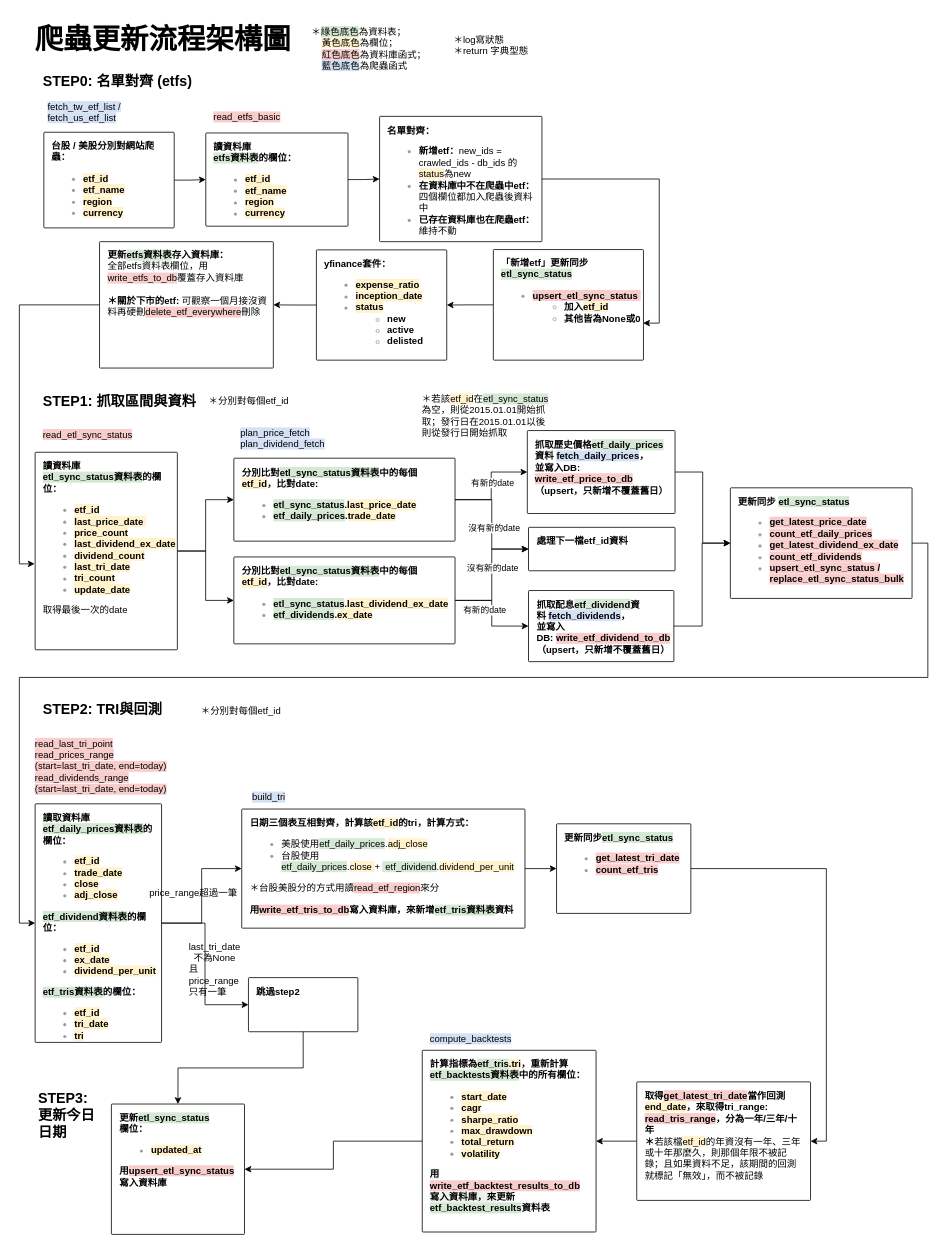
tibame05/Architecture_Diagram keeps this draw.io diagram as v4/refactor_flow_chart_crawler.drawio. Above is the earlier version. Source tidied: cells renumbered, new cells numbered last; positions are measured from the earlier drawing's top-left corner, leaving out a move shared by most shapes. Both pictures are drawn from the tidied source at 79%, with x=0, y=0 at pixel (19, 13).
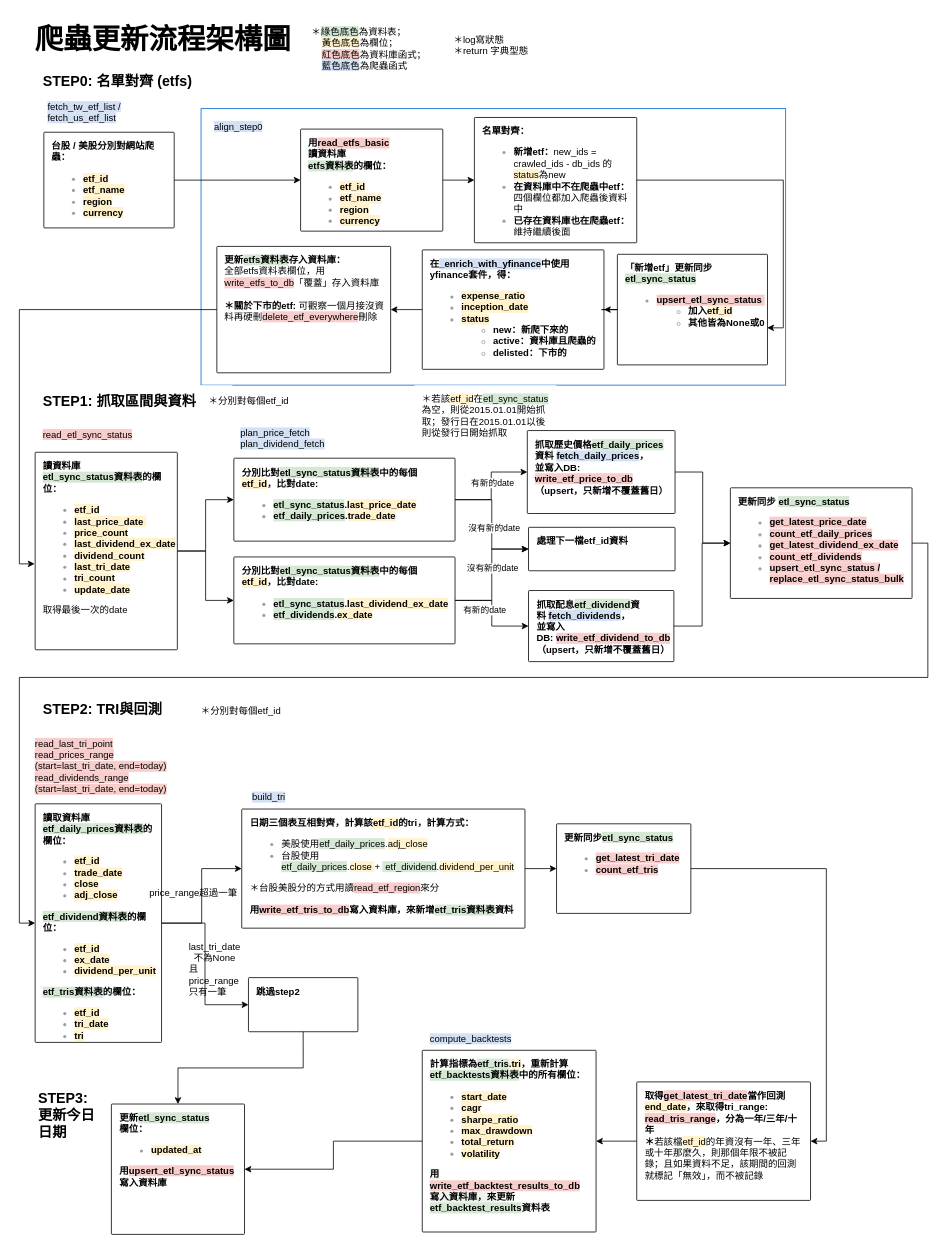
After the change.

The edit, as a diff of the source:
```diff
@@
+    <mxCell id="67" style="group;" parent="1" vertex="1">
+      <mxGeometry x="230" y="120" width="740" height="350" as="geometry" />
+    </mxCell>
+    <mxCell id="68" style="rounded=0;whiteSpace=wrap;html=1;fillColor=none;strokeColor=#0066CC;" parent="67" vertex="1">
+      <mxGeometry width="740" height="350" as="geometry" />
+    </mxCell>
+    <mxCell id="69" value="&lt;div&gt;&lt;font color=&quot;#000000&quot;&gt;&lt;span style=&quot;background-color: rgb(212, 225, 245);&quot;&gt;align_step0&lt;/span&gt;&lt;/font&gt;&lt;/div&gt;" style="sketch=0;rounded=1;absoluteArcSize=1;arcSize=2;html=1;strokeColor=none;gradientColor=none;shadow=0;dashed=0;fontSize=12;fontColor=#9E9E9E;align=left;verticalAlign=top;spacing=10;spacingTop=-4;whiteSpace=wrap;" parent="67" vertex="1">
+      <mxGeometry x="7" y="4.8" width="106" height="39.5" as="geometry" />
+    </mxCell>
+    <mxCell id="30" value="&lt;div&gt;&lt;b style=&quot;background-color: initial;&quot;&gt;&lt;font color=&quot;#000000&quot;&gt;更新&lt;span style=&quot;background-color: rgb(213, 232, 212);&quot;&gt;etfs資料表&lt;/span&gt;&lt;/font&gt;&lt;/b&gt;&lt;font color=&quot;#000000&quot;&gt;&lt;b&gt;存入資料庫：&lt;/b&gt;&lt;/font&gt;&lt;/div&gt;&lt;div&gt;&lt;span style=&quot;color: rgb(0, 0, 0); background-color: initial;&quot;&gt;全部etfs資料表欄位，用&lt;/span&gt;&lt;span style=&quot;color: rgb(0, 0, 0); background-color: rgb(248, 206, 204);&quot;&gt;write_etfs_to_db&lt;/span&gt;&lt;span style=&quot;color: rgb(0, 0, 0);&quot;&gt;「&lt;/span&gt;&lt;span style=&quot;color: rgb(0, 0, 0);&quot;&gt;覆蓋」&lt;/span&gt;&lt;span style=&quot;color: rgb(0, 0, 0); background-color: initial;&quot;&gt;存入資料庫&lt;/span&gt;&lt;/div&gt;&lt;div&gt;&lt;br&gt;&lt;/div&gt;&lt;div&gt;&lt;b style=&quot;background-color: initial; color: rgb(0, 0, 0);&quot;&gt;＊關於下市的etf:&amp;nbsp;&lt;/b&gt;&lt;span style=&quot;background-color: initial; color: rgb(0, 0, 0);&quot;&gt;可觀察一個月接沒資料再硬刪&lt;span style=&quot;background-color: rgb(248, 206, 204);&quot;&gt;delete_etf_everywhere&lt;/span&gt;刪除&lt;/span&gt;&lt;/div&gt;" style="sketch=0;points=[[0,0,0],[0.25,0,0],[0.5,0,0],[0.75,0,0],[1,0,0],[1,0.25,0],[1,0.5,0],[1,0.75,0],[1,1,0],[0.75,1,0],[0.5,1,0],[0.25,1,0],[0,1,0],[0,0.75,0],[0,0.5,0],[0,0.25,0]];rounded=1;absoluteArcSize=1;arcSize=2;html=1;strokeColor=#000000;gradientColor=none;shadow=0;dashed=0;fontSize=12;fontColor=#9E9E9E;align=left;verticalAlign=top;spacing=10;spacingTop=-4;whiteSpace=wrap;" parent="67" vertex="1">
+      <mxGeometry x="20" y="174.4" width="220" height="160" as="geometry" />
+    </mxCell>
@@
-    <mxCell id="15" value="&lt;div&gt;&lt;font color=&quot;#000000&quot;&gt;&lt;b style=&quot;&quot;&gt;讀資料庫&lt;/b&gt;&lt;/font&gt;&lt;/div&gt;&lt;div&gt;&lt;b&gt;&lt;font color=&quot;#000000&quot;&gt;&lt;span style=&quot;background-color: rgb(213, 232, 212);&quot;&gt;etfs資料表&lt;/span&gt;的欄位：&lt;/font&gt;&lt;/b&gt;&lt;/div&gt;&lt;div&gt;&lt;ul&gt;&lt;li&gt;&lt;b&gt;&lt;font style=&quot;background-color: rgb(255, 242, 204);&quot; color=&quot;#000000&quot;&gt;etf_id&lt;/font&gt;&lt;/b&gt;&lt;/li&gt;&lt;li&gt;&lt;font color=&quot;#000000&quot;&gt;&lt;b style=&quot;background-color: rgb(255, 242, 204);&quot;&gt;etf_name&lt;/b&gt;&lt;/font&gt;&lt;/li&gt;&lt;li&gt;&lt;font color=&quot;#000000&quot;&gt;&lt;span style=&quot;background-color: rgb(255, 242, 204);&quot;&gt;&lt;b&gt;region&lt;/b&gt;&lt;/span&gt;&lt;/font&gt;&lt;/li&gt;&lt;li&gt;&lt;font color=&quot;#000000&quot;&gt;&lt;span style=&quot;background-color: rgb(255, 242, 204);&quot;&gt;&lt;b&gt;currency&lt;/b&gt;&lt;/span&gt;&lt;/font&gt;&lt;/li&gt;&lt;div&gt;&lt;/div&gt;&lt;/ul&gt;&lt;/div&gt;" style="sketch=0;points=[[0,0,0],[0.25,0,0],[0.5,0,0],[0.75,0,0],[1,0,0],[1,0.25,0],[1,0.5,0],[1,0.75,0],[1,1,0],[0.75,1,0],[0.5,1,0],[0.25,1,0],[0,1,0],[0,0.75,0],[0,0.5,0],[0,0.25,0]];rounded=1;absoluteArcSize=1;arcSize=2;html=1;strokeColor=#000000;gradientColor=none;shadow=0;dashed=0;fontSize=12;fontColor=#9E9E9E;align=left;verticalAlign=top;spacing=10;spacingTop=-4;whiteSpace=wrap;" parent="1" vertex="1">
-      <mxGeometry x="236" y="150.8" width="180" height="118" as="geometry" />
+    <mxCell id="15" value="&lt;div&gt;&lt;b&gt;&lt;font color=&quot;#000000&quot;&gt;用&lt;/font&gt;&lt;span style=&quot;color: rgb(0, 0, 0); background-color: rgb(248, 206, 204);&quot;&gt;read_etfs_basic&lt;/span&gt;&lt;/b&gt;&lt;/div&gt;&lt;div&gt;&lt;font color=&quot;#000000&quot;&gt;&lt;b style=&quot;&quot;&gt;讀資料庫&lt;/b&gt;&lt;/font&gt;&lt;/div&gt;&lt;div&gt;&lt;b&gt;&lt;font color=&quot;#000000&quot;&gt;&lt;span style=&quot;background-color: rgb(213, 232, 212);&quot;&gt;etfs資料表&lt;/span&gt;的欄位：&lt;/font&gt;&lt;/b&gt;&lt;/div&gt;&lt;div&gt;&lt;ul&gt;&lt;li&gt;&lt;b&gt;&lt;font style=&quot;background-color: rgb(255, 242, 204);&quot; color=&quot;#000000&quot;&gt;etf_id&lt;/font&gt;&lt;/b&gt;&lt;/li&gt;&lt;li&gt;&lt;font color=&quot;#000000&quot;&gt;&lt;b style=&quot;background-color: rgb(255, 242, 204);&quot;&gt;etf_name&lt;/b&gt;&lt;/font&gt;&lt;/li&gt;&lt;li&gt;&lt;font color=&quot;#000000&quot;&gt;&lt;span style=&quot;background-color: rgb(255, 242, 204);&quot;&gt;&lt;b&gt;region&lt;/b&gt;&lt;/span&gt;&lt;/font&gt;&lt;/li&gt;&lt;li&gt;&lt;font color=&quot;#000000&quot;&gt;&lt;span style=&quot;background-color: rgb(255, 242, 204);&quot;&gt;&lt;b&gt;currency&lt;/b&gt;&lt;/span&gt;&lt;/font&gt;&lt;/li&gt;&lt;div&gt;&lt;/div&gt;&lt;/ul&gt;&lt;/div&gt;" style="sketch=0;points=[[0,0,0],[0.25,0,0],[0.5,0,0],[0.75,0,0],[1,0,0],[1,0.25,0],[1,0.5,0],[1,0.75,0],[1,1,0],[0.75,1,0],[0.5,1,0],[0.25,1,0],[0,1,0],[0,0.75,0],[0,0.5,0],[0,0.25,0]];rounded=1;absoluteArcSize=1;arcSize=2;html=1;strokeColor=#000000;gradientColor=none;shadow=0;dashed=0;fontSize=12;fontColor=#9E9E9E;align=left;verticalAlign=top;spacing=10;spacingTop=-4;whiteSpace=wrap;" parent="1" vertex="1">
+      <mxGeometry x="356" y="145.9" width="180" height="129.2" as="geometry" />
     </mxCell>
@@
-    <mxCell id="28" value="&lt;div&gt;&lt;span style=&quot;background-color: rgb(248, 206, 204);&quot;&gt;&lt;font color=&quot;#000000&quot;&gt;read_etfs_basic&lt;br&gt;&lt;/font&gt;&lt;/span&gt;&lt;div&gt;&lt;font style=&quot;background-color: rgb(248, 206, 204);&quot; color=&quot;#000000&quot;&gt;&lt;br&gt;&lt;/font&gt;&lt;/div&gt;&lt;/div&gt;" style="sketch=0;rounded=1;absoluteArcSize=1;arcSize=2;html=1;strokeColor=none;gradientColor=none;shadow=0;dashed=0;fontSize=12;fontColor=#9E9E9E;align=left;verticalAlign=top;spacing=10;spacingTop=-4;whiteSpace=wrap;" parent="1" vertex="1">
-      <mxGeometry x="236" y="113.3" width="140" height="35" as="geometry" />
-    </mxCell>
@@
-    <mxCell id="30" value="&lt;div&gt;&lt;b style=&quot;background-color: initial;&quot;&gt;&lt;font color=&quot;#000000&quot;&gt;更新&lt;span style=&quot;background-color: rgb(213, 232, 212);&quot;&gt;etfs資料表&lt;/span&gt;&lt;/font&gt;&lt;/b&gt;&lt;font color=&quot;#000000&quot;&gt;&lt;b&gt;存入資料庫：&lt;/b&gt;&lt;/font&gt;&lt;/div&gt;&lt;div&gt;&lt;span style=&quot;color: rgb(0, 0, 0); background-color: initial;&quot;&gt;全部etfs資料表欄位，用&lt;/span&gt;&lt;span style=&quot;color: rgb(0, 0, 0); background-color: rgb(248, 206, 204);&quot;&gt;write_etfs_to_db&lt;/span&gt;&lt;span style=&quot;color: rgb(0, 0, 0);&quot;&gt;覆蓋&lt;/span&gt;&lt;span style=&quot;color: rgb(0, 0, 0); background-color: initial;&quot;&gt;存入資料庫&lt;/span&gt;&lt;/div&gt;&lt;div&gt;&lt;br&gt;&lt;/div&gt;&lt;div&gt;&lt;b style=&quot;background-color: initial; color: rgb(0, 0, 0);&quot;&gt;＊關於下市的etf:&amp;nbsp;&lt;/b&gt;&lt;span style=&quot;background-color: initial; color: rgb(0, 0, 0);&quot;&gt;可觀察一個月接沒資料再硬刪&lt;span style=&quot;background-color: rgb(248, 206, 204);&quot;&gt;delete_etf_everywhere&lt;/span&gt;刪除&lt;/span&gt;&lt;/div&gt;" style="sketch=0;points=[[0,0,0],[0.25,0,0],[0.5,0,0],[0.75,0,0],[1,0,0],[1,0.25,0],[1,0.5,0],[1,0.75,0],[1,1,0],[0.75,1,0],[0.5,1,0],[0.25,1,0],[0,1,0],[0,0.75,0],[0,0.5,0],[0,0.25,0]];rounded=1;absoluteArcSize=1;arcSize=2;html=1;strokeColor=#000000;gradientColor=none;shadow=0;dashed=0;fontSize=12;fontColor=#9E9E9E;align=left;verticalAlign=top;spacing=10;spacingTop=-4;whiteSpace=wrap;" parent="1" vertex="1">
-      <mxGeometry x="101.5" y="288.4" width="220" height="160" as="geometry" />
-    </mxCell>
@@
-    <mxCell id="51" value="&lt;div&gt;&lt;font color=&quot;#000000&quot;&gt;&lt;b&gt;名單對齊：&lt;/b&gt;&lt;/font&gt;&lt;/div&gt;&lt;div&gt;&lt;ul&gt;&lt;li&gt;&lt;font color=&quot;#000000&quot;&gt;&lt;b style=&quot;font-weight: bold;&quot;&gt;新增etf：&lt;/b&gt;new_ids = crawled_ids - db_ids 的&lt;span style=&quot;background-color: rgb(255, 242, 204);&quot;&gt;status&lt;/span&gt;為new&lt;/font&gt;&lt;/li&gt;&lt;li&gt;&lt;font color=&quot;#000000&quot;&gt;&lt;b&gt;在資料庫中不在爬蟲中etf：&lt;/b&gt;四個欄位都加入爬蟲後資料中&lt;/font&gt;&lt;/li&gt;&lt;li&gt;&lt;font color=&quot;#000000&quot;&gt;&lt;b&gt;已存在資料庫也在爬蟲etf：&lt;/b&gt;維持不動&lt;/font&gt;&lt;/li&gt;&lt;/ul&gt;&lt;/div&gt;" style="sketch=0;points=[[0,0,0],[0.25,0,0],[0.5,0,0],[0.75,0,0],[1,0,0],[1,0.25,0],[1,0.5,0],[1,0.75,0],[1,1,0],[0.75,1,0],[0.5,1,0],[0.25,1,0],[0,1,0],[0,0.75,0],[0,0.5,0],[0,0.25,0]];rounded=1;absoluteArcSize=1;arcSize=2;html=1;strokeColor=#000000;gradientColor=none;shadow=0;dashed=0;fontSize=12;fontColor=#9E9E9E;align=left;verticalAlign=top;spacing=10;spacingTop=-4;whiteSpace=wrap;" parent="1" vertex="1">
-      <mxGeometry x="456" y="129.8" width="205.5" height="158.6" as="geometry" />
+    <mxCell id="51" value="&lt;div&gt;&lt;font color=&quot;#000000&quot;&gt;&lt;b&gt;名單對齊：&lt;/b&gt;&lt;/font&gt;&lt;/div&gt;&lt;div&gt;&lt;ul&gt;&lt;li&gt;&lt;font color=&quot;#000000&quot;&gt;&lt;b style=&quot;font-weight: bold;&quot;&gt;新增etf：&lt;/b&gt;new_ids = crawled_ids - db_ids 的&lt;span style=&quot;background-color: rgb(255, 242, 204);&quot;&gt;status&lt;/span&gt;為new&lt;/font&gt;&lt;/li&gt;&lt;li&gt;&lt;font color=&quot;#000000&quot;&gt;&lt;b&gt;在資料庫中不在爬蟲中etf：&lt;/b&gt;四個欄位都加入爬蟲後資料中&lt;/font&gt;&lt;/li&gt;&lt;li&gt;&lt;font color=&quot;#000000&quot;&gt;&lt;b&gt;已存在資料庫也在爬蟲etf：&lt;/b&gt;維持繼續後面&lt;/font&gt;&lt;/li&gt;&lt;/ul&gt;&lt;/div&gt;" style="sketch=0;points=[[0,0,0],[0.25,0,0],[0.5,0,0],[0.75,0,0],[1,0,0],[1,0.25,0],[1,0.5,0],[1,0.75,0],[1,1,0],[0.75,1,0],[0.5,1,0],[0.25,1,0],[0,1,0],[0,0.75,0],[0,0.5,0],[0,0.25,0]];rounded=1;absoluteArcSize=1;arcSize=2;html=1;strokeColor=#000000;gradientColor=none;shadow=0;dashed=0;fontSize=12;fontColor=#9E9E9E;align=left;verticalAlign=top;spacing=10;spacingTop=-4;whiteSpace=wrap;" parent="1" vertex="1">
+      <mxGeometry x="576" y="131.2" width="205.5" height="158.6" as="geometry" />
     </mxCell>
@@
-    <mxCell id="53" value="&lt;div&gt;&lt;b style=&quot;color: rgb(0, 0, 0); background-color: initial;&quot;&gt;yfinance套件：&lt;/b&gt;&lt;br&gt;&lt;/div&gt;&lt;div&gt;&lt;ul&gt;&lt;li&gt;&lt;b style=&quot;color: rgb(0, 0, 0); background-color: rgb(255, 242, 204);&quot;&gt;expense_ratio&lt;/b&gt;&lt;br&gt;&lt;/li&gt;&lt;li&gt;&lt;font color=&quot;#000000&quot;&gt;&lt;b style=&quot;background-color: rgb(255, 242, 204);&quot;&gt;inception_date&lt;/b&gt;&lt;/font&gt;&lt;/li&gt;&lt;li&gt;&lt;font color=&quot;#000000&quot;&gt;&lt;strong style=&quot;background-color: rgb(255, 242, 204);&quot;&gt;status&lt;/strong&gt;&lt;/font&gt;&lt;ul&gt;&lt;li&gt;&lt;font color=&quot;#000000&quot;&gt;&lt;b&gt;new&lt;/b&gt;&lt;/font&gt;&lt;/li&gt;&lt;li&gt;&lt;strong&gt;&lt;font color=&quot;#000000&quot;&gt;active&lt;/font&gt;&lt;/strong&gt;&lt;/li&gt;&lt;li&gt;&lt;strong&gt;&lt;font color=&quot;#000000&quot;&gt;delisted&lt;/font&gt;&lt;/strong&gt;&lt;/li&gt;&lt;/ul&gt;&lt;/li&gt;&lt;/ul&gt;&lt;/div&gt;" style="sketch=0;points=[[0,0,0],[0.25,0,0],[0.5,0,0],[0.75,0,0],[1,0,0],[1,0.25,0],[1,0.5,0],[1,0.75,0],[1,1,0],[0.75,1,0],[0.5,1,0],[0.25,1,0],[0,1,0],[0,0.75,0],[0,0.5,0],[0,0.25,0]];rounded=1;absoluteArcSize=1;arcSize=2;html=1;strokeColor=#000000;gradientColor=none;shadow=0;dashed=0;fontSize=12;fontColor=#9E9E9E;align=left;verticalAlign=top;spacing=10;spacingTop=-4;whiteSpace=wrap;" parent="1" vertex="1">
-      <mxGeometry x="376" y="298.8" width="165" height="139.6" as="geometry" />
+    <mxCell id="53" value="&lt;div&gt;&lt;font style=&quot;&quot; color=&quot;#000000&quot;&gt;&lt;b style=&quot;&quot;&gt;在&lt;/b&gt;&lt;b style=&quot;background-color: rgb(212, 225, 245);&quot;&gt;_enrich_with_yfinance&lt;/b&gt;&lt;/font&gt;&lt;b style=&quot;background-color: initial; color: rgb(0, 0, 0);&quot;&gt;中使用yfinance套件，得：&lt;/b&gt;&lt;/div&gt;&lt;div&gt;&lt;ul&gt;&lt;li&gt;&lt;b style=&quot;color: rgb(0, 0, 0); background-color: rgb(255, 242, 204);&quot;&gt;expense_ratio&lt;/b&gt;&lt;br&gt;&lt;/li&gt;&lt;li&gt;&lt;font color=&quot;#000000&quot;&gt;&lt;b style=&quot;background-color: rgb(255, 242, 204);&quot;&gt;inception_date&lt;/b&gt;&lt;/font&gt;&lt;/li&gt;&lt;li&gt;&lt;font color=&quot;#000000&quot;&gt;&lt;strong style=&quot;background-color: rgb(255, 242, 204);&quot;&gt;status&lt;/strong&gt;&lt;/font&gt;&lt;ul&gt;&lt;li&gt;&lt;font color=&quot;#000000&quot;&gt;&lt;b&gt;new：新爬下來的&lt;/b&gt;&lt;/font&gt;&lt;/li&gt;&lt;li&gt;&lt;strong&gt;&lt;font color=&quot;#000000&quot;&gt;active：資料庫且爬蟲的&lt;/font&gt;&lt;/strong&gt;&lt;/li&gt;&lt;li&gt;&lt;strong&gt;&lt;font color=&quot;#000000&quot;&gt;delisted：下市的&lt;/font&gt;&lt;/strong&gt;&lt;/li&gt;&lt;/ul&gt;&lt;/li&gt;&lt;/ul&gt;&lt;/div&gt;" style="sketch=0;points=[[0,0,0],[0.25,0,0],[0.5,0,0],[0.75,0,0],[1,0,0],[1,0.25,0],[1,0.5,0],[1,0.75,0],[1,1,0],[0.75,1,0],[0.5,1,0],[0.25,1,0],[0,1,0],[0,0.75,0],[0,0.5,0],[0,0.25,0]];rounded=1;absoluteArcSize=1;arcSize=2;html=1;strokeColor=#000000;gradientColor=none;shadow=0;dashed=0;fontSize=12;fontColor=#9E9E9E;align=left;verticalAlign=top;spacing=10;spacingTop=-4;whiteSpace=wrap;" parent="1" vertex="1">
+      <mxGeometry x="510" y="298.8" width="230" height="151.2" as="geometry" />
     </mxCell>
@@
-    <mxCell id="55" value="&lt;b style=&quot;color: rgb(0, 0, 0);&quot;&gt;「新增etf」&lt;/b&gt;&lt;font color=&quot;#000000&quot;&gt;&lt;b&gt;更新同步 &lt;span style=&quot;background-color: rgb(213, 232, 212);&quot;&gt;etl_sync_status&lt;/span&gt;&lt;/b&gt;&lt;/font&gt;&lt;div&gt;&lt;ul&gt;&lt;li&gt;&lt;font color=&quot;#000000&quot;&gt;&lt;b&gt;&lt;span style=&quot;background-color: rgb(248, 206, 204);&quot;&gt;upsert_etl_sync_status&amp;nbsp;&lt;/span&gt;&lt;/b&gt;&lt;/font&gt;&lt;/li&gt;&lt;ul&gt;&lt;li&gt;&lt;font color=&quot;#000000&quot;&gt;&lt;b style=&quot;&quot;&gt;加入&lt;span style=&quot;background-color: rgb(255, 242, 204);&quot;&gt;etf_id&lt;/span&gt;&lt;/b&gt;&lt;/font&gt;&lt;/li&gt;&lt;li&gt;&lt;font color=&quot;#000000&quot;&gt;&lt;b style=&quot;&quot;&gt;其他皆為None或0&lt;/b&gt;&lt;/font&gt;&lt;/li&gt;&lt;/ul&gt;&lt;/ul&gt;&lt;/div&gt;" style="sketch=0;points=[[0,0,0],[0.25,0,0],[0.5,0,0],[0.75,0,0],[1,0,0],[1,0.25,0],[1,0.5,0],[1,0.75,0],[1,1,0],[0.75,1,0],[0.5,1,0],[0.25,1,0],[0,1,0],[0,0.75,0],[0,0.5,0],[0,0.25,0]];rounded=1;absoluteArcSize=1;arcSize=2;html=1;strokeColor=#000000;gradientColor=none;shadow=0;dashed=0;fontSize=12;fontColor=#9E9E9E;align=left;verticalAlign=top;spacing=10;spacingTop=-4;whiteSpace=wrap;" parent="1" vertex="1">
-      <mxGeometry x="600" y="298.4" width="190" height="140" as="geometry" />
-    </mxCell>
@@
+    <mxCell id="55" value="&lt;b style=&quot;color: rgb(0, 0, 0);&quot;&gt;「新增etf」&lt;/b&gt;&lt;font color=&quot;#000000&quot;&gt;&lt;b&gt;更新同步 &lt;span style=&quot;background-color: rgb(213, 232, 212);&quot;&gt;etl_sync_status&lt;/span&gt;&lt;/b&gt;&lt;/font&gt;&lt;div&gt;&lt;ul&gt;&lt;li&gt;&lt;font color=&quot;#000000&quot;&gt;&lt;b&gt;&lt;span style=&quot;background-color: rgb(248, 206, 204);&quot;&gt;upsert_etl_sync_status&amp;nbsp;&lt;/span&gt;&lt;/b&gt;&lt;/font&gt;&lt;/li&gt;&lt;ul&gt;&lt;li&gt;&lt;font color=&quot;#000000&quot;&gt;&lt;b style=&quot;&quot;&gt;加入&lt;span style=&quot;background-color: rgb(255, 242, 204);&quot;&gt;etf_id&lt;/span&gt;&lt;/b&gt;&lt;/font&gt;&lt;/li&gt;&lt;li&gt;&lt;font color=&quot;#000000&quot;&gt;&lt;b style=&quot;&quot;&gt;其他皆為None或0&lt;/b&gt;&lt;/font&gt;&lt;/li&gt;&lt;/ul&gt;&lt;/ul&gt;&lt;/div&gt;" style="sketch=0;points=[[0,0,0],[0.25,0,0],[0.5,0,0],[0.75,0,0],[1,0,0],[1,0.25,0],[1,0.5,0],[1,0.75,0],[1,1,0],[0.75,1,0],[0.5,1,0],[0.25,1,0],[0,1,0],[0,0.75,0],[0,0.5,0],[0,0.25,0]];rounded=1;absoluteArcSize=1;arcSize=2;html=1;strokeColor=#000000;gradientColor=none;shadow=0;dashed=0;fontSize=12;fontColor=#9E9E9E;align=left;verticalAlign=top;spacing=10;spacingTop=-4;whiteSpace=wrap;" parent="1" vertex="1">
+      <mxGeometry x="757" y="304.4" width="190" height="140" as="geometry" />
+    </mxCell>
```
